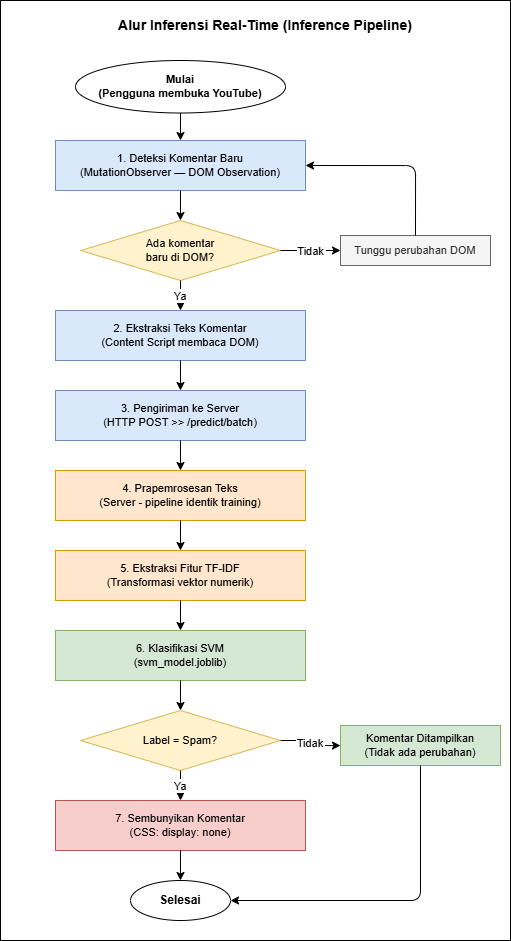
This is diagram/inference_pipeline.drawio.png from yusufwdn/judol-detector, a draw.io export, as it was before one commit. Source tidied: cells renumbered, new cells last; positions are measured from the earlier drawing's top-left corner, leaving out a move shared by most shapes.
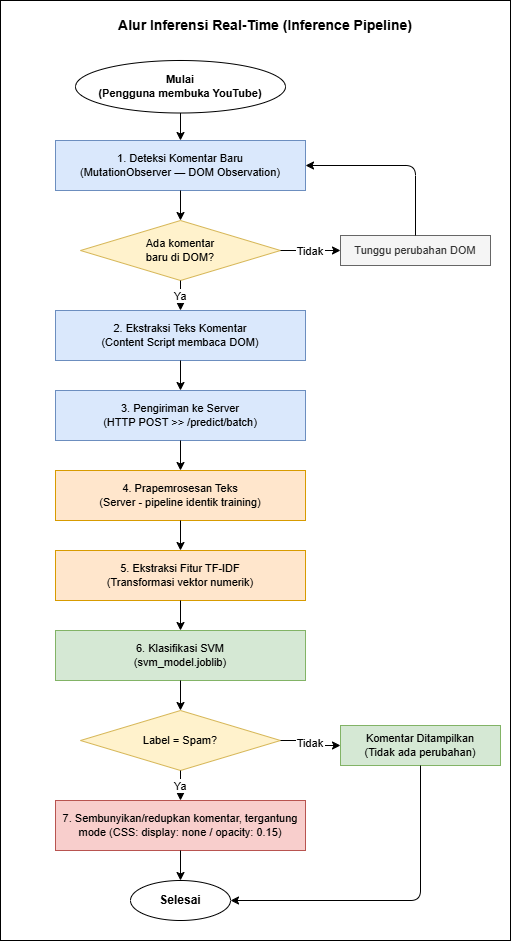
The same diagram one commit later.

Commit message:
fix: update inference pipeline diagram for clarity and mode-dependent comment visibility

The edit, as a diff of the source:
```diff
@@ -41,7 +41,7 @@
     <mxCell id="14" value="Komentar Ditampilkan&#10;(Tidak ada perubahan)" style="rounded=0;whiteSpace=wrap;html=1;fillColor=#d5e8d4;strokeColor=#82b366;fontSize=11;" parent="1" vertex="1">
       <mxGeometry x="340" y="725" width="160" height="40" as="geometry" />
     </mxCell>
-    <mxCell id="15" value="7. Sembunyikan Komentar&#10;(CSS: display: none)" style="rounded=0;whiteSpace=wrap;html=1;fillColor=#f8cecc;strokeColor=#b85450;fontSize=11;" parent="1" vertex="1">
+    <mxCell id="15" value="7. Sembunyikan/redupkan komentar, tergantung mode (CSS: display: none / opacity: 0.15)" style="rounded=0;whiteSpace=wrap;html=1;fillColor=#f8cecc;strokeColor=#b85450;fontSize=11;" parent="1" vertex="1">
       <mxGeometry x="55" y="800" width="250" height="50" as="geometry" />
     </mxCell>
     <mxCell id="16" value="Selesai" style="ellipse;whiteSpace=wrap;html=1;fillColor=light-dark(#ffffff, #ededed);fontColor=light-dark(#000000, #121212);strokeColor=#000000;fontSize=12;fontStyle=1;" parent="1" vertex="1">
```
